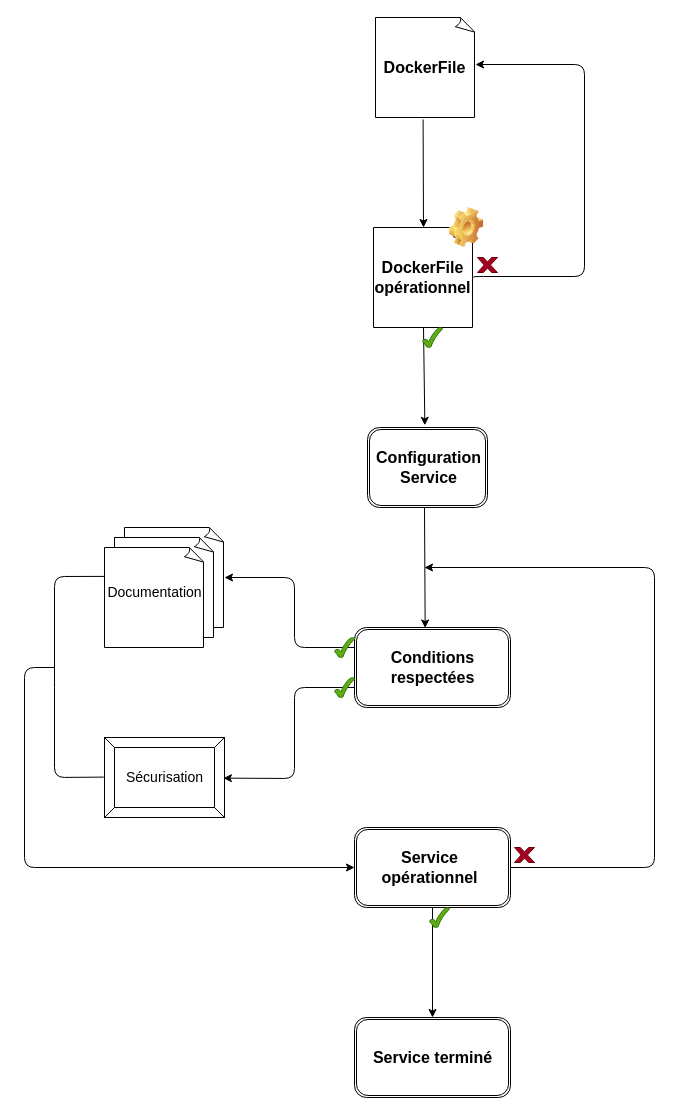
Earlier version of the draw.io diagram docs/workflow_dev.drawio (CardinPatson/SysAdmin). Source tidied: cells renumbered, new cells numbered last; positions are measured from the earlier drawing's top-left corner, leaving out a move shared by most shapes. Both pictures are drawn from the tidied source at 100%, with x=0, y=0 at pixel (24, 17).
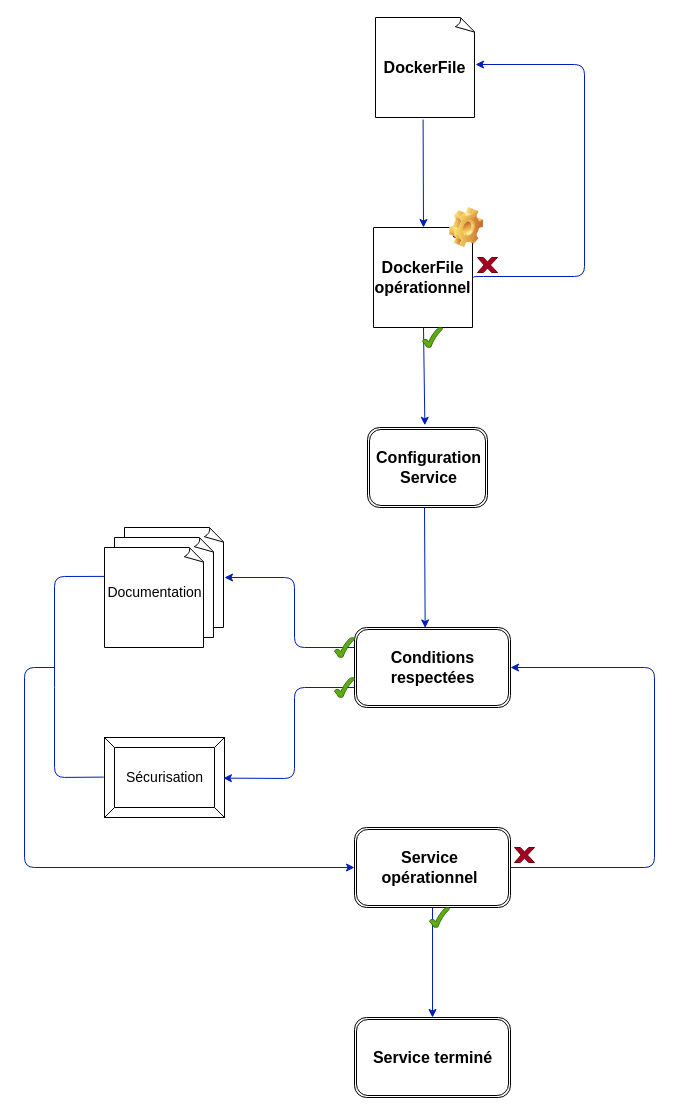
The same diagram, later.

Commit message (it also covers changes not shown here):
schema workflow

The change refers to these unchanged cells:
```xml
<mxCell id="2" style="whiteSpace=wrap;html=1;shape=mxgraph.basic.document;" parent="1" vertex="1">
  <mxGeometry x="351" width="100" height="100" as="geometry" />
</mxCell>
<mxCell id="3" style="whiteSpace=wrap;html=1;shape=mxgraph.basic.document;" parent="1" vertex="1">
  <mxGeometry x="349" y="210" width="100" height="100" as="geometry" />
</mxCell>
<mxCell id="5" style="shape=ext;double=1;rounded=1;whiteSpace=wrap;html=1;" parent="1" vertex="1">
  <mxGeometry x="343" y="410" width="120" height="80" as="geometry" />
</mxCell>
<mxCell id="7" style="labelPosition=center;verticalLabelPosition=middle;align=center;html=1;shape=mxgraph.basic.button;dx=10;" parent="1" vertex="1">
  <mxGeometry x="80" y="720" width="120" height="80" as="geometry" />
</mxCell>
<mxCell id="10" style="shape=ext;double=1;rounded=1;whiteSpace=wrap;html=1;" parent="1" vertex="1">
  <mxGeometry x="330" y="810" width="156" height="80" as="geometry" />
</mxCell>
<mxCell id="11" value="DockerFile" style="text;html=1;align=center;verticalAlign=middle;points=[];strokeColor=none;fillColor=none;fontStyle=1;fontSize=16;" parent="1" vertex="1">
  <mxGeometry x="350" y="40" width="100" height="20" as="geometry" />
</mxCell>
<mxCell id="14" style="whiteSpace=wrap;html=1;shape=mxgraph.basic.document;fontSize=14;" parent="1" vertex="1">
  <mxGeometry x="100" y="510" width="100" height="100" as="geometry" />
</mxCell>
<mxCell id="16" style="whiteSpace=wrap;html=1;shape=mxgraph.basic.document;fontSize=14;" parent="1" vertex="1">
  <mxGeometry x="80" y="530" width="100" height="100" as="geometry" />
</mxCell>
<mxCell id="24" style="shape=ext;double=1;rounded=1;whiteSpace=wrap;html=1;" parent="1" vertex="1">
  <mxGeometry x="330" y="610" width="156" height="80" as="geometry" />
</mxCell>
<mxCell id="26" style="shape=ext;double=1;rounded=1;whiteSpace=wrap;html=1;" parent="1" vertex="1">
  <mxGeometry x="330" y="1000" width="156" height="80" as="geometry" />
</mxCell>
```

Change to the diagram source:
```diff
@@
-<mxGraphModel>
+<mxGraphModel background="#ffffff">
@@
-    <mxCell id="6" style="html=1;fontSize=16;exitX=-0.006;exitY=0.495;exitDx=0;exitDy=0;exitPerimeter=0;endArrow=none;endFill=0;" parent="1" edge="1" source="7">
+    <mxCell id="6" style="html=1;fontSize=16;exitX=-0.006;exitY=0.495;exitDx=0;exitDy=0;exitPerimeter=0;endArrow=none;endFill=0;fillColor=#0050ef;strokeColor=#001DBC;" parent="1" edge="1" source="7">
       <mxGeometry relative="1" as="geometry">
         <mxPoint x="30" y="670" as="targetPoint" />
         <Array as="points">
           <mxPoint x="30" y="760" />
         </Array>
       </mxGeometry>
     </mxCell>
@@
-    <mxCell id="8" style="edgeStyle=none;html=1;fontSize=16;exitX=0.5;exitY=1;exitDx=0;exitDy=0;entryX=0.5;entryY=0;entryDx=0;entryDy=0;" parent="1" edge="1" source="10" target="26">
+    <mxCell id="8" style="edgeStyle=none;html=1;fontSize=16;exitX=0.5;exitY=1;exitDx=0;exitDy=0;entryX=0.5;entryY=0;entryDx=0;entryDy=0;fillColor=#0050ef;strokeColor=#001DBC;" parent="1" edge="1" source="10" target="26">
       <mxGeometry relative="1" as="geometry" />
     </mxCell>
-    <mxCell id="9" style="edgeStyle=none;html=1;fontSize=16;exitX=1;exitY=0.5;exitDx=0;exitDy=0;" parent="1" edge="1" source="10">
+    <mxCell id="9" style="edgeStyle=none;html=1;fontSize=16;exitX=1;exitY=0.5;exitDx=0;exitDy=0;fillColor=#0050ef;strokeColor=#001DBC;entryX=1;entryY=0.5;entryDx=0;entryDy=0;" parent="1" edge="1" source="10" target="24">
       <mxGeometry relative="1" as="geometry">
-        <mxPoint x="400" y="550" as="targetPoint" />
         <Array as="points">
           <mxPoint x="630" y="850" />
-          <mxPoint x="630" y="550" />
+          <mxPoint x="630" y="650" />
         </Array>
       </mxGeometry>
     </mxCell>
@@
-    <mxCell id="17" style="edgeStyle=none;html=1;fontSize=16;entryX=0;entryY=0.5;entryDx=0;entryDy=0;" parent="1" edge="1" target="10">
+    <mxCell id="17" style="edgeStyle=none;html=1;fontSize=16;entryX=0;entryY=0.5;entryDx=0;entryDy=0;fillColor=#0050ef;strokeColor=#001DBC;" parent="1" edge="1" target="10">
       <mxGeometry relative="1" as="geometry">
         <mxPoint x="30" y="650" as="sourcePoint" />
         <Array as="points">
           <mxPoint y="650" />
           <mxPoint y="850" />
         </Array>
       </mxGeometry>
     </mxCell>
-    <mxCell id="18" style="edgeStyle=none;html=1;fontSize=16;exitX=0;exitY=0.289;exitDx=0;exitDy=0;exitPerimeter=0;endArrow=none;endFill=0;" parent="1" edge="1" source="16">
+    <mxCell id="18" style="edgeStyle=none;html=1;fontSize=16;exitX=0;exitY=0.289;exitDx=0;exitDy=0;exitPerimeter=0;endArrow=none;endFill=0;fillColor=#0050ef;strokeColor=#001DBC;" parent="1" edge="1" source="16">
       <mxGeometry relative="1" as="geometry">
         <mxPoint x="30" y="670" as="targetPoint" />
         <Array as="points">
           <mxPoint x="30" y="559" />
         </Array>
       </mxGeometry>
     </mxCell>
@@
-    <mxCell id="22" style="edgeStyle=none;html=1;entryX=1;entryY=0.5;entryDx=0;entryDy=0;entryPerimeter=0;fontSize=16;exitX=0;exitY=0.25;exitDx=0;exitDy=0;" parent="1" edge="1" source="24" target="14">
+    <mxCell id="22" style="edgeStyle=none;html=1;entryX=1;entryY=0.5;entryDx=0;entryDy=0;entryPerimeter=0;fontSize=16;exitX=0;exitY=0.25;exitDx=0;exitDy=0;fillColor=#0050ef;strokeColor=#001DBC;" parent="1" edge="1" source="24" target="14">
       <mxGeometry relative="1" as="geometry">
         <Array as="points">
           <mxPoint x="270" y="630" />
           <mxPoint x="270" y="560" />
         </Array>
       </mxGeometry>
     </mxCell>
-    <mxCell id="23" style="edgeStyle=none;html=1;entryX=0.991;entryY=0.508;entryDx=0;entryDy=0;entryPerimeter=0;fontSize=16;exitX=0;exitY=0.75;exitDx=0;exitDy=0;" parent="1" edge="1" source="24" target="7">
+    <mxCell id="23" style="edgeStyle=none;html=1;entryX=0.991;entryY=0.508;entryDx=0;entryDy=0;entryPerimeter=0;fontSize=16;exitX=0;exitY=0.75;exitDx=0;exitDy=0;strokeColor=#001DBC;fillColor=#0050ef;" parent="1" edge="1" source="24" target="7">
       <mxGeometry relative="1" as="geometry">
         <Array as="points">
           <mxPoint x="270" y="670" />
           <mxPoint x="270" y="761" />
         </Array>
       </mxGeometry>
     </mxCell>
@@
-    <mxCell id="28" style="endArrow=classic;html=1;fontSize=16;entryX=0.478;entryY=-0.028;entryDx=0;entryDy=0;exitX=0.5;exitY=1;exitDx=0;exitDy=0;exitPerimeter=0;entryPerimeter=0;" parent="1" edge="1" source="3" target="5">
+    <mxCell id="28" style="endArrow=classic;html=1;fontSize=16;entryX=0.478;entryY=-0.028;entryDx=0;entryDy=0;exitX=0.5;exitY=1;exitDx=0;exitDy=0;exitPerimeter=0;entryPerimeter=0;fillColor=#0050ef;strokeColor=#001DBC;" parent="1" edge="1" source="3" target="5">
       <mxGeometry relative="1" as="geometry" />
     </mxCell>
-    <mxCell id="29" style="edgeStyle=segmentEdgeStyle;endArrow=classic;html=1;fontSize=16;entryX=1.01;entryY=0.35;entryDx=0;entryDy=0;entryPerimeter=0;exitX=1;exitY=0.5;exitDx=0;exitDy=0;exitPerimeter=0;" parent="1" edge="1" source="3" target="11">
+    <mxCell id="29" style="edgeStyle=segmentEdgeStyle;endArrow=classic;html=1;fontSize=16;entryX=1.01;entryY=0.35;entryDx=0;entryDy=0;entryPerimeter=0;exitX=1;exitY=0.5;exitDx=0;exitDy=0;exitPerimeter=0;fillColor=#0050ef;strokeColor=#001DBC;" parent="1" edge="1" source="3" target="11">
       <mxGeometry relative="1" as="geometry">
         <Array as="points">
           <mxPoint x="560" y="259" />
           <mxPoint x="560" y="47" />
         </Array>
       </mxGeometry>
     </mxCell>
-    <mxCell id="30" style="endArrow=classic;html=1;fontSize=16;entryX=0.5;entryY=0;entryDx=0;entryDy=0;entryPerimeter=0;exitX=0.476;exitY=1.02;exitDx=0;exitDy=0;exitPerimeter=0;" parent="1" edge="1" source="2" target="3">
+    <mxCell id="30" style="endArrow=classic;html=1;fontSize=16;entryX=0.5;entryY=0;entryDx=0;entryDy=0;entryPerimeter=0;exitX=0.476;exitY=1.02;exitDx=0;exitDy=0;exitPerimeter=0;sketch=0;shadow=0;fillColor=#0050ef;strokeColor=#001DBC;" parent="1" edge="1" source="2" target="3">
       <mxGeometry relative="1" as="geometry" />
     </mxCell>
@@
-    <mxCell id="33" style="endArrow=classic;html=1;fontSize=16;exitX=0.475;exitY=1.002;exitDx=0;exitDy=0;exitPerimeter=0;entryX=0.453;entryY=0.006;entryDx=0;entryDy=0;entryPerimeter=0;" parent="1" edge="1" source="5" target="24">
+    <mxCell id="33" style="endArrow=classic;html=1;fontSize=16;exitX=0.475;exitY=1.002;exitDx=0;exitDy=0;exitPerimeter=0;entryX=0.453;entryY=0.006;entryDx=0;entryDy=0;entryPerimeter=0;fillColor=#0050ef;strokeColor=#001DBC;" parent="1" edge="1" source="5" target="24">
       <mxGeometry relative="1" as="geometry" />
     </mxCell>
```
